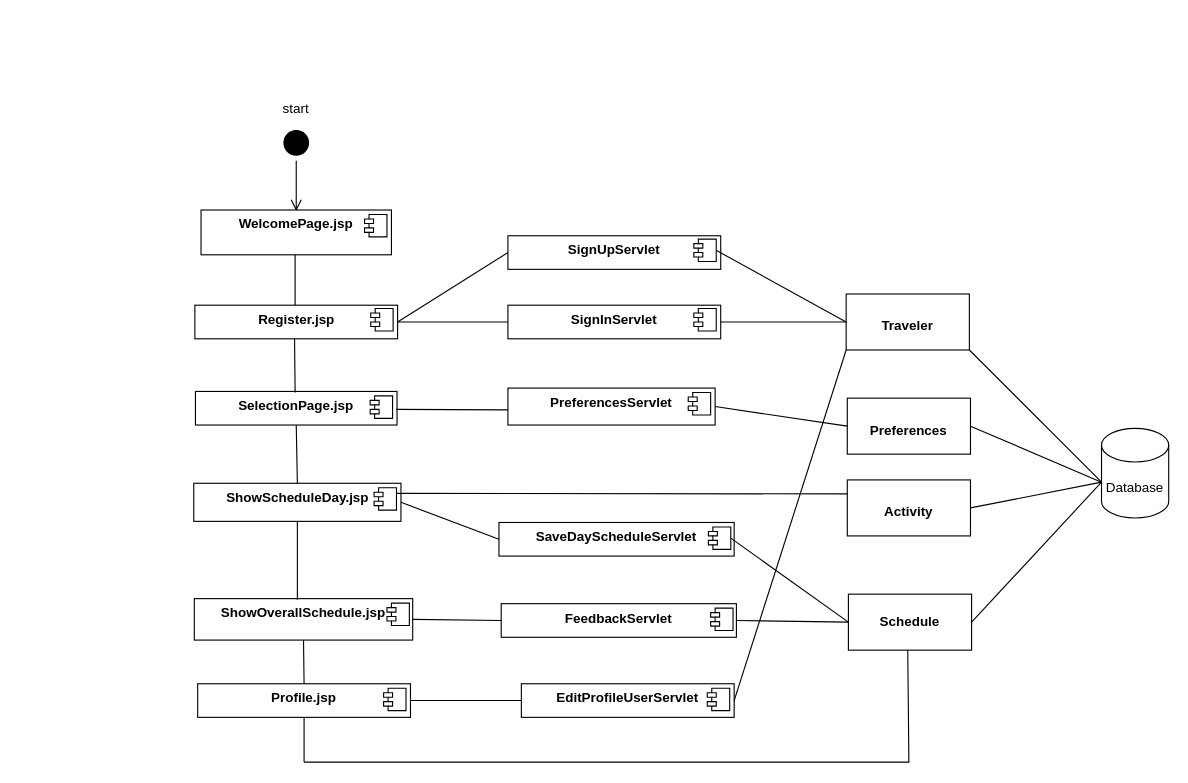
This is Diagrams/ComponentDiagram2.drawio from EleftheriaKoutsiouri/Scheduluxe, a draw.io file, before an edit. Source tidied: cells renumbered, new cells numbered last; positions are measured from the earlier drawing's top-left corner, leaving out a move shared by most shapes. Both pictures are drawn from the tidied source at 112%, with x=0, y=0 at pixel (19, 92).
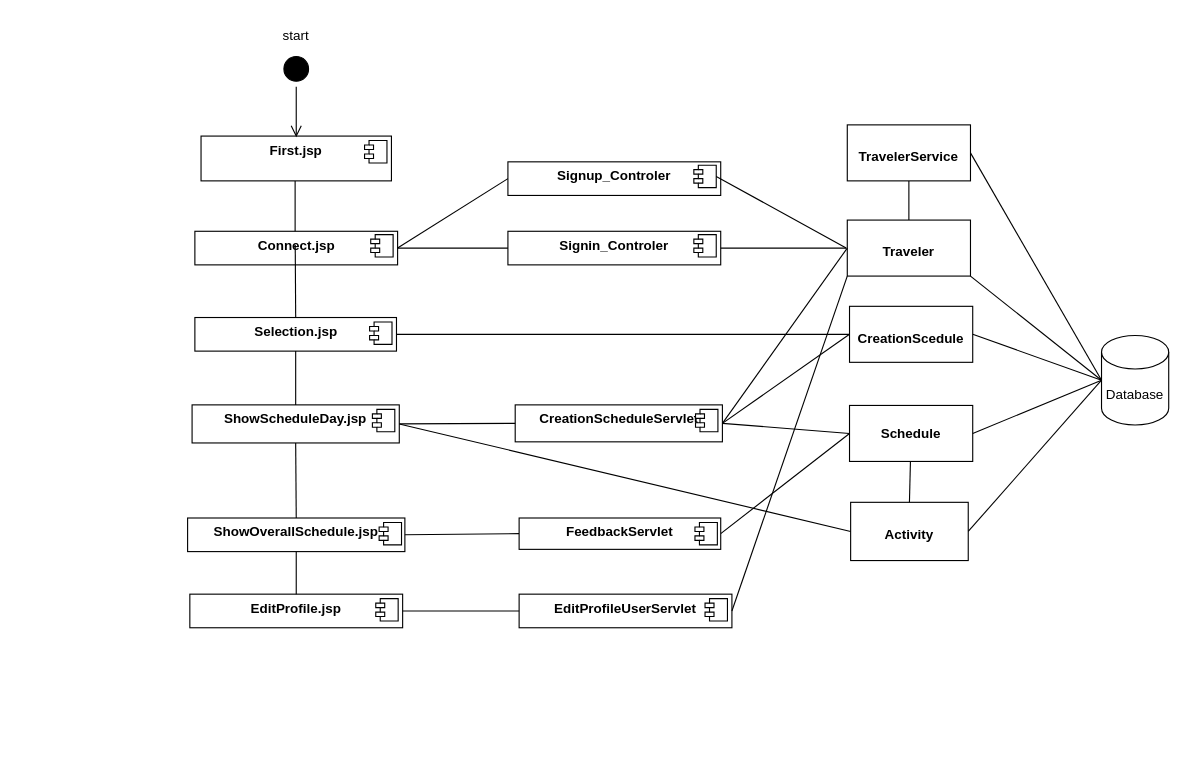
Above is the later version.

Unchanged cells that the change refers to:
```xml
<mxCell id="9" style="shape=component;jettyWidth=8;jettyHeight=4;" parent="8" vertex="1">
  <mxGeometry x="1" width="20" height="20" relative="1" as="geometry">
    <mxPoint x="-24" y="4" as="offset" />
  </mxGeometry>
</mxCell>
<mxCell id="53" style="shape=component;jettyWidth=8;jettyHeight=4;" parent="52" vertex="1">
  <mxGeometry x="1" width="20" height="20" relative="1" as="geometry">
    <mxPoint x="-24" y="3" as="offset" />
  </mxGeometry>
</mxCell>
```

Diff of the diagram source:
```diff
@@
-    <mxCell id="2" value="&lt;p style=&quot;margin:0px;margin-top:6px;text-align:center;&quot;&gt;&lt;b&gt;WelcomePage.jsp&lt;/b&gt;&lt;/p&gt;" style="align=left;overflow=fill;html=1;whiteSpace=wrap;" parent="1" vertex="1">
-      <mxGeometry x="162" y="105" width="170" height="40" as="geometry" />
+    <mxCell id="2" value="&lt;p style=&quot;margin:0px;margin-top:6px;text-align:center;&quot;&gt;&lt;b&gt;First.jsp&lt;/b&gt;&lt;/p&gt;" style="align=left;overflow=fill;html=1;whiteSpace=wrap;" parent="1" vertex="1">
+      <mxGeometry x="162" y="39" width="170" height="40" as="geometry" />
     </mxCell>
@@
-    <mxCell id="4" value="&lt;p style=&quot;margin:0px;margin-top:6px;text-align:center;&quot;&gt;&lt;b&gt;PreferencesServlet&lt;/b&gt;&lt;/p&gt;" style="align=left;overflow=fill;html=1;whiteSpace=wrap;" parent="1" vertex="1">
-      <mxGeometry x="436" y="264" width="185" height="33" as="geometry" />
+    <mxCell id="4" value="&lt;p style=&quot;margin:0px;margin-top:6px;text-align:center;&quot;&gt;&lt;b&gt;CreationScheduleServlet&lt;/b&gt;&lt;/p&gt;" style="align=left;overflow=fill;html=1;whiteSpace=wrap;" parent="1" vertex="1">
+      <mxGeometry x="442.5" y="279" width="185" height="33" as="geometry" />
     </mxCell>
@@
-    <mxCell id="6" value="&lt;p style=&quot;margin:0px;margin-top:6px;text-align:center;&quot;&gt;&lt;b style=&quot;background-color: initial;&quot;&gt;SelectionPage.jsp&lt;/b&gt;&lt;/p&gt;" style="align=left;overflow=fill;html=1;whiteSpace=wrap;" parent="1" vertex="1">
-      <mxGeometry x="157" y="267" width="180" height="30" as="geometry" />
+    <mxCell id="6" value="&lt;p style=&quot;margin:0px;margin-top:6px;text-align:center;&quot;&gt;&lt;b style=&quot;background-color: initial;&quot;&gt;Selection.jsp&lt;/b&gt;&lt;/p&gt;" style="align=left;overflow=fill;html=1;whiteSpace=wrap;" parent="1" vertex="1">
+      <mxGeometry x="156.5" y="201" width="180" height="30" as="geometry" />
     </mxCell>
@@
     <mxCell id="8" value="&lt;p style=&quot;margin:0px;margin-top:6px;text-align:center;&quot;&gt;&lt;b&gt;ShowScheduleDay.jsp&lt;/b&gt;&lt;/p&gt;" style="align=left;overflow=fill;html=1;whiteSpace=wrap;" parent="1" vertex="1">
-      <mxGeometry x="155.5" y="349" width="185" height="34" as="geometry" />
+      <mxGeometry x="154" y="279" width="185" height="34" as="geometry" />
     </mxCell>
@@
     <mxCell id="10" value="&lt;p style=&quot;margin:0px;margin-top:4px;text-align:center;&quot;&gt;&lt;br&gt;&lt;b&gt;Schedule&lt;/b&gt;&lt;/p&gt;" style="verticalAlign=top;align=left;overflow=fill;fontSize=12;fontFamily=Helvetica;html=1;whiteSpace=wrap;" parent="1" vertex="1">
-      <mxGeometry x="740" y="448" width="110" height="50" as="geometry" />
+      <mxGeometry x="741" y="279.5" width="110" height="50" as="geometry" />
     </mxCell>
     <mxCell id="11" value="Database" style="shape=cylinder3;whiteSpace=wrap;html=1;boundedLbl=1;backgroundOutline=1;size=15;" parent="1" vertex="1">
-      <mxGeometry x="966" y="300" width="60" height="80" as="geometry" />
+      <mxGeometry x="966" y="217" width="60" height="80" as="geometry" />
     </mxCell>
-    <mxCell id="12" value="&lt;p style=&quot;margin:0px;margin-top:6px;text-align:center;&quot;&gt;&lt;b&gt;SignInServlet&lt;/b&gt;&lt;/p&gt;" style="align=left;overflow=fill;html=1;whiteSpace=wrap;" parent="1" vertex="1">
-      <mxGeometry x="436" y="190" width="190" height="30" as="geometry" />
+    <mxCell id="12" value="&lt;p style=&quot;margin:0px;margin-top:6px;text-align:center;&quot;&gt;&lt;b style=&quot;border-color: var(--border-color);&quot;&gt;Signin_Controler&lt;/b&gt;&lt;br&gt;&lt;/p&gt;" style="align=left;overflow=fill;html=1;whiteSpace=wrap;" parent="1" vertex="1">
+      <mxGeometry x="436" y="124" width="190" height="30" as="geometry" />
     </mxCell>
@@
     <mxCell id="15" value="&lt;p style=&quot;margin: 4px 0px 0px;&quot;&gt;&lt;br&gt;&lt;/p&gt;&lt;p style=&quot;margin: 4px 0px 0px;&quot;&gt;&lt;b&gt;Traveler&lt;/b&gt;&lt;/p&gt;&lt;p style=&quot;margin: 4px 0px 0px;&quot;&gt;&lt;b&gt;&lt;br&gt;&lt;/b&gt;&lt;/p&gt;" style="verticalAlign=top;align=center;overflow=fill;fontSize=12;fontFamily=Helvetica;html=1;whiteSpace=wrap;" parent="1" vertex="1">
-      <mxGeometry x="738" y="180" width="110" height="50" as="geometry" />
+      <mxGeometry x="739" y="114" width="110" height="50" as="geometry" />
     </mxCell>
-    <mxCell id="16" value="&lt;p style=&quot;margin:0px;margin-top:6px;text-align:center;&quot;&gt;&lt;b&gt;Register.jsp&lt;/b&gt;&lt;/p&gt;" style="align=left;overflow=fill;html=1;whiteSpace=wrap;" parent="1" vertex="1">
-      <mxGeometry x="156.5" y="190" width="181" height="30" as="geometry" />
+    <mxCell id="16" value="&lt;p style=&quot;margin:0px;margin-top:6px;text-align:center;&quot;&gt;&lt;b&gt;Connect.jsp&lt;/b&gt;&lt;/p&gt;" style="align=left;overflow=fill;html=1;whiteSpace=wrap;" parent="1" vertex="1">
+      <mxGeometry x="156.5" y="124" width="181" height="30" as="geometry" />
     </mxCell>
@@
     <mxCell id="18" style="ellipse;whiteSpace=wrap;html=1;align=center;fillColor=none;strokeColor=none;perimeter=centerPerimeter;" parent="1" vertex="1">
-      <mxGeometry x="473" y="406" width="10" height="10" as="geometry" />
+      <mxGeometry x="473" y="418" width="10" height="10" as="geometry" />
     </mxCell>
@@
-    <mxCell id="20" style="endArrow=none;html=1;rounded=0;entryX=1;entryY=1;entryDx=0;entryDy=0;" parent="1" edge="1" target="15">
-      <mxGeometry relative="1" as="geometry">
-        <mxPoint x="966" y="348" as="sourcePoint" />
-      </mxGeometry>
+    <mxCell id="20" style="endArrow=none;html=1;rounded=0;entryX=1;entryY=1;entryDx=0;entryDy=0;exitX=0;exitY=0.5;exitDx=0;exitDy=0;exitPerimeter=0;" parent="1" edge="1" source="11" target="15">
+      <mxGeometry relative="1" as="geometry" />
     </mxCell>
-    <mxCell id="21" value="&lt;p style=&quot;margin:0px;margin-top:4px;text-align:center;&quot;&gt;&lt;b&gt;&lt;br&gt;&lt;/b&gt;&lt;/p&gt;&lt;p style=&quot;margin:0px;margin-top:4px;text-align:center;&quot;&gt;&lt;b&gt;Activity&lt;/b&gt;&lt;/p&gt;" style="verticalAlign=top;align=left;overflow=fill;fontSize=12;fontFamily=Helvetica;html=1;whiteSpace=wrap;" parent="1" vertex="1">
-      <mxGeometry x="739" y="346" width="110" height="50" as="geometry" />
+    <mxCell id="21" value="&lt;p style=&quot;margin:0px;margin-top:4px;text-align:center;&quot;&gt;&lt;b style=&quot;background-color: initial;&quot;&gt;&lt;br&gt;&lt;/b&gt;&lt;/p&gt;&lt;p style=&quot;margin:0px;margin-top:4px;text-align:center;&quot;&gt;&lt;b style=&quot;background-color: initial;&quot;&gt;Activity&lt;/b&gt;&lt;br&gt;&lt;/p&gt;" style="verticalAlign=top;align=left;overflow=fill;fontSize=12;fontFamily=Helvetica;html=1;whiteSpace=wrap;" parent="1" vertex="1">
+      <mxGeometry x="742" y="366" width="105" height="52" as="geometry" />
     </mxCell>
-    <mxCell id="22" style="endArrow=none;html=1;rounded=0;entryX=1;entryY=0.5;entryDx=0;entryDy=0;" parent="1" edge="1" target="21">
-      <mxGeometry relative="1" as="geometry">
-        <mxPoint x="966" y="348" as="sourcePoint" />
-      </mxGeometry>
+    <mxCell id="22" style="endArrow=none;html=1;rounded=0;entryX=1;entryY=0.5;entryDx=0;entryDy=0;exitX=0;exitY=0.5;exitDx=0;exitDy=0;exitPerimeter=0;" parent="1" edge="1" source="11" target="21">
+      <mxGeometry relative="1" as="geometry" />
     </mxCell>
     <mxCell id="23" value="&lt;p style=&quot;margin:0px;margin-top:6px;text-align:center;&quot;&gt;&lt;b&gt;ShowOverallSchedule.jsp&lt;/b&gt;&lt;/p&gt;" style="align=left;overflow=fill;html=1;whiteSpace=wrap;" parent="1" vertex="1">
-      <mxGeometry x="156" y="452" width="195" height="37" as="geometry" />
+      <mxGeometry x="150" y="380" width="194" height="30" as="geometry" />
     </mxCell>
@@
-    <mxCell id="25" style="endArrow=none;html=1;rounded=0;entryX=0.5;entryY=1;entryDx=0;entryDy=0;exitX=0.472;exitY=0.029;exitDx=0;exitDy=0;exitPerimeter=0;" parent="1" edge="1" source="23" target="8">
+    <mxCell id="25" style="endArrow=none;html=1;rounded=0;entryX=0.5;entryY=1;entryDx=0;entryDy=0;exitX=0.5;exitY=0;exitDx=0;exitDy=0;" parent="1" edge="1" source="23" target="8">
       <mxGeometry relative="1" as="geometry" />
     </mxCell>
     <mxCell id="26" style="ellipse;html=1;shape=startState;fillColor=#000000;strokeColor=#000000;" parent="1" vertex="1">
-      <mxGeometry x="232" y="30" width="30" height="30" as="geometry" />
+      <mxGeometry x="232" y="-36" width="30" height="30" as="geometry" />
     </mxCell>
     <mxCell id="27" style="edgeStyle=orthogonalEdgeStyle;html=1;verticalAlign=bottom;endArrow=open;endSize=8;strokeColor=#000000;rounded=0;entryX=0.5;entryY=0;entryDx=0;entryDy=0;" parent="1" edge="1">
       <mxGeometry relative="1" as="geometry">
-        <mxPoint x="247" y="61" as="sourcePoint" />
-        <mxPoint x="247" y="106" as="targetPoint" />
+        <mxPoint x="247" y="-5" as="sourcePoint" />
+        <mxPoint x="247" y="40" as="targetPoint" />
       </mxGeometry>
     </mxCell>
     <mxCell id="28" value="start" style="text;html=1;strokeColor=none;fillColor=none;align=center;verticalAlign=middle;whiteSpace=wrap;rounded=0;" parent="1" vertex="1">
-      <mxGeometry x="217" width="60" height="30" as="geometry" />
+      <mxGeometry x="217" y="-65" width="60" height="30" as="geometry" />
     </mxCell>
@@
-    <mxCell id="30" style="endArrow=none;html=1;rounded=0;entryX=0;entryY=0.25;entryDx=0;entryDy=0;exitX=1;exitY=0.25;exitDx=0;exitDy=0;" parent="1" edge="1" source="9" target="21">
-      <mxGeometry relative="1" as="geometry" />
-    </mxCell>
@@
     <mxCell id="32" value="&lt;p style=&quot;margin:0px;margin-top:6px;text-align:center;&quot;&gt;&lt;b&gt;FeedbackServlet&lt;/b&gt;&lt;/p&gt;" style="align=left;overflow=fill;html=1;whiteSpace=wrap;" parent="1" vertex="1">
-      <mxGeometry x="430" y="456.5" width="210" height="30" as="geometry" />
+      <mxGeometry x="446" y="380" width="180" height="28" as="geometry" />
     </mxCell>
@@
-    <mxCell id="34" style="endArrow=none;html=1;rounded=0;entryX=1;entryY=0.5;entryDx=0;entryDy=0;" parent="1" edge="1" source="15" target="12">
-      <mxGeometry relative="1" as="geometry" />
+    <mxCell id="34" style="endArrow=none;html=1;rounded=0;entryX=1;entryY=0.5;entryDx=0;entryDy=0;" parent="1" edge="1" target="12">
+      <mxGeometry relative="1" as="geometry">
+        <mxPoint x="738" y="139" as="sourcePoint" />
+      </mxGeometry>
     </mxCell>
     <mxCell id="35" style="endArrow=none;html=1;rounded=0;exitX=0.5;exitY=0;exitDx=0;exitDy=0;entryX=0.5;entryY=1;entryDx=0;entryDy=0;" parent="1" edge="1">
       <mxGeometry relative="1" as="geometry">
-        <mxPoint x="246" y="190" as="sourcePoint" />
-        <mxPoint x="246" y="145" as="targetPoint" />
+        <mxPoint x="246" y="124" as="sourcePoint" />
+        <mxPoint x="246" y="79" as="targetPoint" />
       </mxGeometry>
     </mxCell>
-    <mxCell id="36" style="endArrow=none;html=1;rounded=0;entryX=0.5;entryY=1;entryDx=0;entryDy=0;" parent="1" edge="1">
+    <mxCell id="36" style="endArrow=none;html=1;rounded=0;exitX=0.5;exitY=0;exitDx=0;exitDy=0;" parent="1" edge="1" source="6">
       <mxGeometry relative="1" as="geometry">
-        <mxPoint x="246" y="268" as="sourcePoint" />
-        <mxPoint x="245.5" y="220" as="targetPoint" />
+        <mxPoint x="246.1" y="136" as="targetPoint" />
       </mxGeometry>
     </mxCell>
-    <mxCell id="37" style="endArrow=none;html=1;rounded=0;exitX=0;exitY=0.5;exitDx=0;exitDy=0;" parent="1" edge="1">
-      <mxGeometry relative="1" as="geometry">
-        <mxPoint x="436" y="283.5" as="sourcePoint" />
-        <mxPoint x="336" y="283" as="targetPoint" />
-      </mxGeometry>
+    <mxCell id="37" style="endArrow=none;html=1;rounded=0;exitX=0;exitY=0.5;exitDx=0;exitDy=0;entryX=1;entryY=0.5;entryDx=0;entryDy=0;" parent="1" edge="1" source="10" target="4">
+      <mxGeometry relative="1" as="geometry" />
     </mxCell>
-    <mxCell id="38" value="&lt;p style=&quot;margin:0px;margin-top:6px;text-align:center;&quot;&gt;&lt;b&gt;Profile.jsp&lt;/b&gt;&lt;/p&gt;" style="align=left;overflow=fill;html=1;whiteSpace=wrap;" parent="1" vertex="1">
-      <mxGeometry x="159" y="528" width="190" height="30" as="geometry" />
+    <mxCell id="38" value="&lt;p style=&quot;margin:0px;margin-top:6px;text-align:center;&quot;&gt;&lt;b&gt;EditProfile.jsp&lt;/b&gt;&lt;/p&gt;" style="align=left;overflow=fill;html=1;whiteSpace=wrap;" parent="1" vertex="1">
+      <mxGeometry x="152" y="448" width="190" height="30" as="geometry" />
     </mxCell>
@@
     <mxCell id="40" value="&lt;p style=&quot;margin:0px;margin-top:6px;text-align:center;&quot;&gt;&lt;b&gt;EditProfileUserServlet&lt;/b&gt;&lt;/p&gt;" style="align=left;overflow=fill;html=1;whiteSpace=wrap;" parent="1" vertex="1">
-      <mxGeometry x="448" y="528" width="190" height="30" as="geometry" />
+      <mxGeometry x="446" y="448" width="190" height="30" as="geometry" />
     </mxCell>
@@
-    <mxCell id="44" value="&lt;p style=&quot;margin:0px;margin-top:4px;text-align:center;&quot;&gt;&lt;br&gt;&lt;/p&gt;&lt;p style=&quot;margin:0px;margin-top:4px;text-align:center;&quot;&gt;&lt;b&gt;Preferences&lt;/b&gt;&lt;/p&gt;" style="verticalAlign=top;align=left;overflow=fill;fontSize=12;fontFamily=Helvetica;html=1;whiteSpace=wrap;" parent="1" vertex="1">
-      <mxGeometry x="739" y="273" width="110" height="50" as="geometry" />
+    <mxCell id="44" value="&lt;p style=&quot;margin: 4px 0px 0px;&quot;&gt;&lt;b&gt;&lt;br&gt;&lt;/b&gt;&lt;/p&gt;&lt;p style=&quot;margin: 4px 0px 0px;&quot;&gt;&lt;b&gt;CreationScedule&lt;/b&gt;&lt;/p&gt;" style="verticalAlign=top;align=center;overflow=fill;fontSize=12;fontFamily=Helvetica;html=1;whiteSpace=wrap;" parent="1" vertex="1">
+      <mxGeometry x="741" y="191" width="110" height="50" as="geometry" />
     </mxCell>
-    <mxCell id="45" style="endArrow=none;html=1;rounded=0;entryX=1;entryY=0.5;entryDx=0;entryDy=0;" parent="1" edge="1" target="44">
-      <mxGeometry relative="1" as="geometry">
-        <mxPoint x="966" y="348" as="sourcePoint" />
-      </mxGeometry>
+    <mxCell id="45" style="endArrow=none;html=1;rounded=0;entryX=1;entryY=0.5;entryDx=0;entryDy=0;exitX=0;exitY=0.5;exitDx=0;exitDy=0;exitPerimeter=0;" parent="1" edge="1" source="11" target="44">
+      <mxGeometry relative="1" as="geometry" />
     </mxCell>
-    <mxCell id="46" style="endArrow=none;html=1;rounded=0;entryX=1;entryY=0.5;entryDx=0;entryDy=0;exitX=0;exitY=0.5;exitDx=0;exitDy=0;" parent="1" edge="1" source="44" target="4">
+    <mxCell id="46" style="endArrow=none;html=1;rounded=0;exitX=0;exitY=0.5;exitDx=0;exitDy=0;entryX=1;entryY=0.5;entryDx=0;entryDy=0;" parent="1" edge="1" source="44" target="4">
       <mxGeometry relative="1" as="geometry" />
     </mxCell>
-    <mxCell id="47" style="endArrow=none;html=1;rounded=0;exitX=1;exitY=0.5;exitDx=0;exitDy=0;" parent="1" edge="1" source="10">
-      <mxGeometry relative="1" as="geometry">
-        <mxPoint x="966" y="348" as="targetPoint" />
-      </mxGeometry>
+    <mxCell id="47" style="endArrow=none;html=1;rounded=0;exitX=1;exitY=0.5;exitDx=0;exitDy=0;entryX=0;entryY=0.5;entryDx=0;entryDy=0;entryPerimeter=0;" parent="1" edge="1" source="10" target="11">
+      <mxGeometry relative="1" as="geometry" />
     </mxCell>
-    <mxCell id="48" value="&lt;p style=&quot;margin:0px;margin-top:6px;text-align:center;&quot;&gt;&lt;b&gt;SaveDayScheduleServlet&lt;/b&gt;&lt;/p&gt;" style="align=left;overflow=fill;html=1;whiteSpace=wrap;" parent="1" vertex="1">
-      <mxGeometry x="428" y="384" width="210" height="30" as="geometry" />
-    </mxCell>
-    <mxCell id="49" style="shape=component;jettyWidth=8;jettyHeight=4;" parent="48" vertex="1">
-      <mxGeometry x="1" width="20" height="20" relative="1" as="geometry">
-        <mxPoint x="-23" y="4" as="offset" />
-      </mxGeometry>
-    </mxCell>
-    <mxCell id="50" style="endArrow=none;html=1;rounded=0;entryX=1;entryY=0.5;entryDx=0;entryDy=0;exitX=0;exitY=0.5;exitDx=0;exitDy=0;" parent="1" edge="1" source="48" target="8">
+    <mxCell id="50" style="endArrow=none;html=1;rounded=0;entryX=1;entryY=0.5;entryDx=0;entryDy=0;exitX=0;exitY=0.5;exitDx=0;exitDy=0;" parent="1" edge="1" source="4" target="8">
       <mxGeometry relative="1" as="geometry" />
     </mxCell>
-    <mxCell id="51" style="endArrow=none;html=1;rounded=0;entryX=0;entryY=0.5;entryDx=0;entryDy=0;exitX=1;exitY=0.5;exitDx=0;exitDy=0;" parent="1" edge="1" source="49" target="10">
-      <mxGeometry relative="1" as="geometry" />
-    </mxCell>
-    <mxCell id="52" value="&lt;p style=&quot;margin:0px;margin-top:6px;text-align:center;&quot;&gt;&lt;b&gt;SignUpServlet&lt;/b&gt;&lt;/p&gt;" style="align=left;overflow=fill;html=1;whiteSpace=wrap;" parent="1" vertex="1">
-      <mxGeometry x="436" y="128" width="190" height="30" as="geometry" />
+    <mxCell id="52" value="&lt;p style=&quot;margin:0px;margin-top:6px;text-align:center;&quot;&gt;&lt;b&gt;Signup_Controler&lt;/b&gt;&lt;/p&gt;" style="align=left;overflow=fill;html=1;whiteSpace=wrap;" parent="1" vertex="1">
+      <mxGeometry x="436" y="62" width="190" height="30" as="geometry" />
     </mxCell>
@@
-    <mxCell id="55" style="endArrow=none;html=1;rounded=0;entryX=1;entryY=0.5;entryDx=0;entryDy=0;exitX=0;exitY=0.5;exitDx=0;exitDy=0;" parent="1" edge="1" source="15" target="53">
-      <mxGeometry relative="1" as="geometry" />
+    <mxCell id="55" style="endArrow=none;html=1;rounded=0;entryX=1;entryY=0.5;entryDx=0;entryDy=0;exitX=0;exitY=0.5;exitDx=0;exitDy=0;" parent="1" edge="1" target="53">
+      <mxGeometry relative="1" as="geometry">
+        <mxPoint x="738" y="139" as="sourcePoint" />
+      </mxGeometry>
     </mxCell>
@@
-    <mxCell id="57" style="endArrow=none;html=1;rounded=0;entryX=0.5;entryY=1;entryDx=0;entryDy=0;" parent="1" edge="1">
-      <mxGeometry relative="1" as="geometry">
-        <mxPoint x="254" y="598" as="sourcePoint" />
-        <mxPoint x="793" y="498" as="targetPoint" />
-        <Array as="points">
-          <mxPoint x="794" y="598" />
-        </Array>
-      </mxGeometry>
-    </mxCell>
-    <mxCell id="58" style="endArrow=none;html=1;rounded=0;entryX=0.5;entryY=1;entryDx=0;entryDy=0;" parent="1" edge="1" target="38">
-      <mxGeometry relative="1" as="geometry">
-        <mxPoint x="254" y="598" as="sourcePoint" />
-      </mxGeometry>
-    </mxCell>
-    <mxCell id="59" style="endArrow=none;html=1;rounded=0;entryX=0.5;entryY=1;entryDx=0;entryDy=0;exitX=0.5;exitY=0;exitDx=0;exitDy=0;" parent="1" edge="1" source="8" target="6">
+    <mxCell id="59" style="endArrow=none;html=1;rounded=0;exitX=0.5;exitY=0;exitDx=0;exitDy=0;entryX=0.5;entryY=1;entryDx=0;entryDy=0;" parent="1" edge="1" source="8" target="6">
       <mxGeometry relative="1" as="geometry" />
     </mxCell>
+    <mxCell id="60" value="&lt;p style=&quot;margin: 4px 0px 0px;&quot;&gt;&lt;br&gt;&lt;/p&gt;&lt;p style=&quot;margin: 4px 0px 0px;&quot;&gt;&lt;b&gt;TravelerService&lt;/b&gt;&lt;/p&gt;&lt;p style=&quot;margin: 4px 0px 0px;&quot;&gt;&lt;b&gt;&lt;br&gt;&lt;/b&gt;&lt;/p&gt;" style="verticalAlign=top;align=center;overflow=fill;fontSize=12;fontFamily=Helvetica;html=1;whiteSpace=wrap;" parent="1" vertex="1">
+      <mxGeometry x="739" y="29" width="110" height="50" as="geometry" />
+    </mxCell>
+    <mxCell id="61" style="endArrow=none;html=1;rounded=0;entryX=1;entryY=0.5;entryDx=0;entryDy=0;exitX=0;exitY=0.5;exitDx=0;exitDy=0;exitPerimeter=0;" parent="1" edge="1" source="11" target="60">
+      <mxGeometry relative="1" as="geometry" />
+    </mxCell>
+    <mxCell id="62" style="endArrow=none;html=1;rounded=0;entryX=0.5;entryY=0;entryDx=0;entryDy=0;" parent="1" edge="1" source="10" target="21">
+      <mxGeometry relative="1" as="geometry" />
+    </mxCell>
+    <mxCell id="63" style="endArrow=none;html=1;rounded=0;entryX=0.5;entryY=1;entryDx=0;entryDy=0;" parent="1" edge="1" source="15" target="60">
+      <mxGeometry relative="1" as="geometry" />
+    </mxCell>
+    <mxCell id="64" style="endArrow=none;html=1;rounded=0;exitX=1;exitY=0.5;exitDx=0;exitDy=0;entryX=0;entryY=0.5;entryDx=0;entryDy=0;" parent="1" edge="1" source="6" target="44">
+      <mxGeometry relative="1" as="geometry" />
+    </mxCell>
+    <mxCell id="65" style="endArrow=none;html=1;rounded=0;entryX=0;entryY=0.5;entryDx=0;entryDy=0;exitX=1;exitY=0.5;exitDx=0;exitDy=0;" parent="1" edge="1" source="4" target="15">
+      <mxGeometry relative="1" as="geometry" />
+    </mxCell>
+    <mxCell id="66" style="endArrow=none;html=1;rounded=0;exitX=1;exitY=0.5;exitDx=0;exitDy=0;entryX=0;entryY=0.5;entryDx=0;entryDy=0;" parent="1" edge="1" source="8" target="21">
+      <mxGeometry relative="1" as="geometry" />
+    </mxCell>
```
